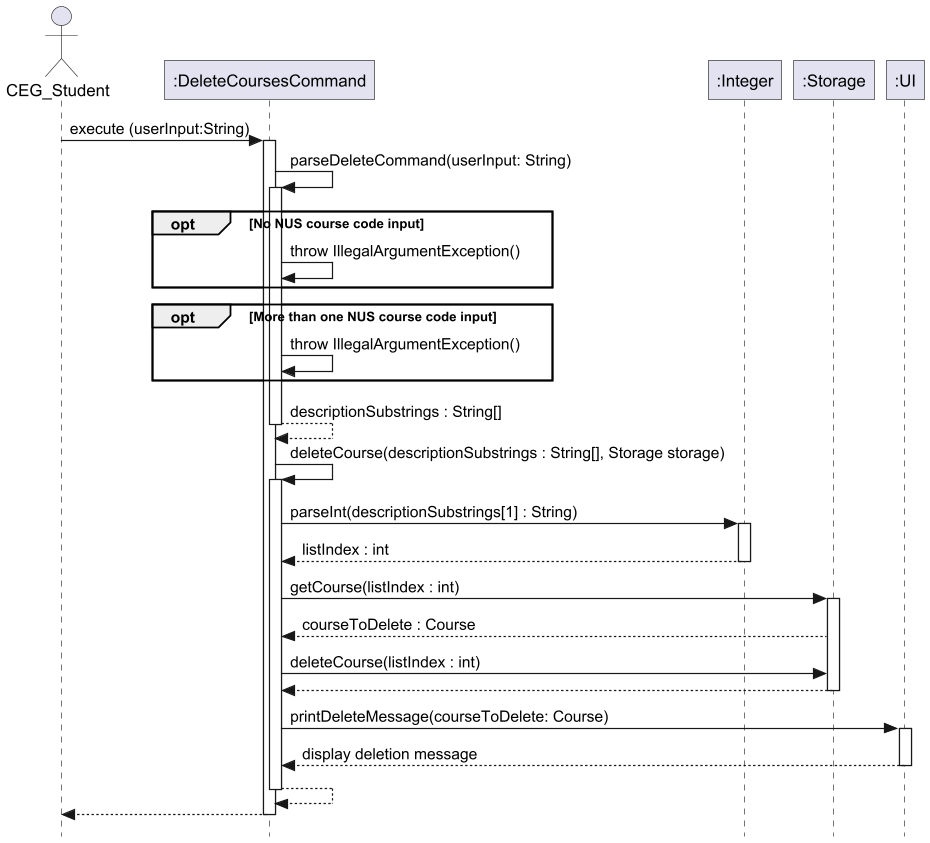
Before: docs/images/DeleteCoursesCommand.png, a diagram exported from PlantUML (nus-cs2113-AY2425S1/tp).
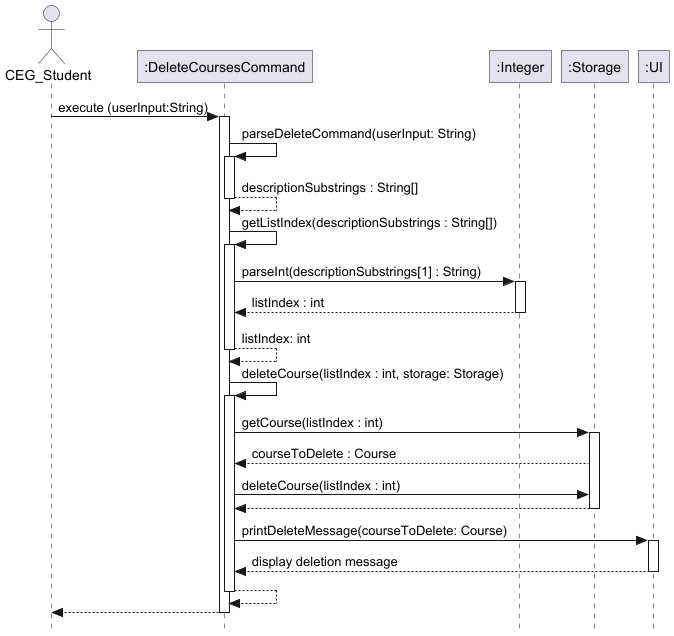
Later version of the same file.

Commit message:
Update sequence diagram images

What changed in the source:
```diff
@@ -12,21 +12,18 @@
 
 DeleteCoursesCommand -> DeleteCoursesCommand: parseDeleteCommand(userInput: String)
 activate DeleteCoursesCommand
-opt No NUS course code input
-    DeleteCoursesCommand->DeleteCoursesCommand: throw IllegalArgumentException()
-end
-opt More than one NUS course code input
-    DeleteCoursesCommand->DeleteCoursesCommand: throw IllegalArgumentException()
-end
 return descriptionSubstrings : String[]
 
-DeleteCoursesCommand -> DeleteCoursesCommand: deleteCourse(descriptionSubstrings : String[], Storage storage)
+DeleteCoursesCommand -> DeleteCoursesCommand: getListIndex(descriptionSubstrings : String[])
 activate DeleteCoursesCommand
 
 DeleteCoursesCommand -> Integer: parseInt(descriptionSubstrings[1] : String)
 activate Integer
 return listIndex : int
+return listIndex: int
 
+DeleteCoursesCommand -> DeleteCoursesCommand: deleteCourse(listIndex : int, storage: Storage)
+activate DeleteCoursesCommand
 DeleteCoursesCommand -> Storage: getCourse(listIndex : int)
 activate Storage
 Storage --> DeleteCoursesCommand: courseToDelete : Course
```
